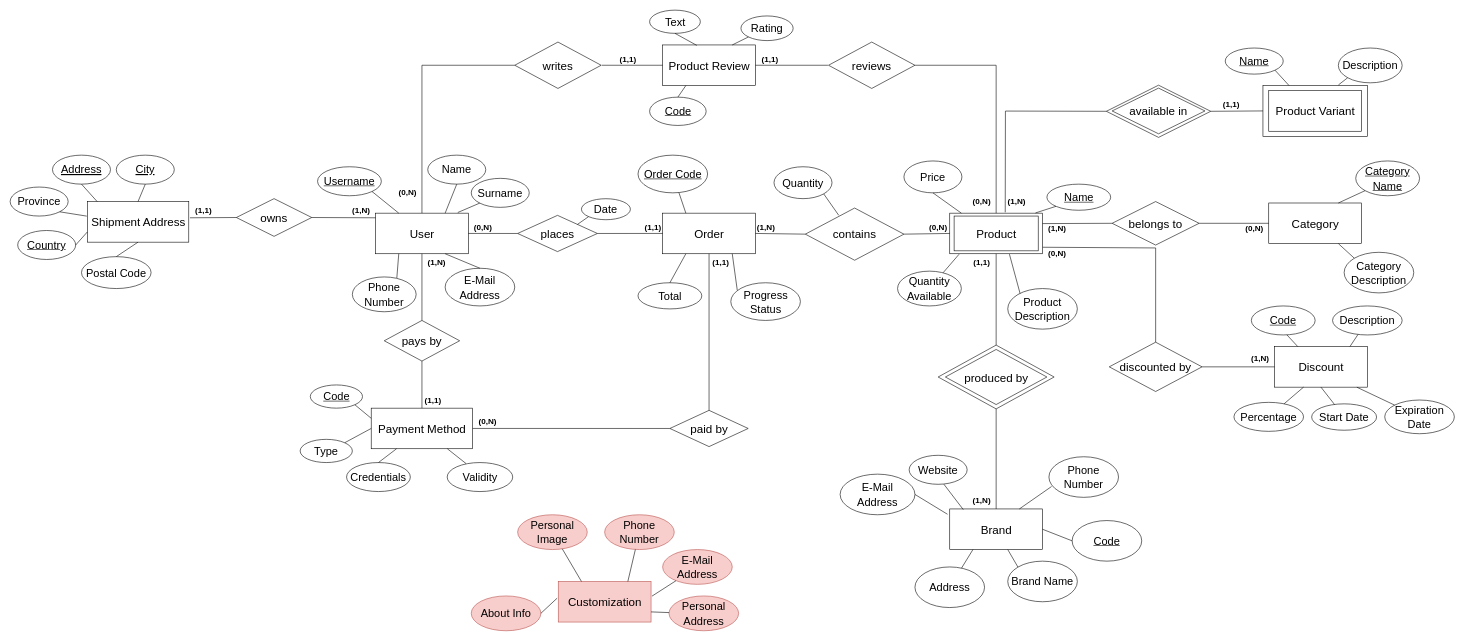
Above: documentation/ER.drawio in Tecnologie-Del-Web/Project (draw.io), before the change. Source tidied: cells renumbered, new cells numbered last; positions are measured from the earlier drawing's top-left corner, leaving out a move shared by most shapes. Both pictures are drawn from the tidied source at 58%, with x=0, y=0 at pixel (10, 10).
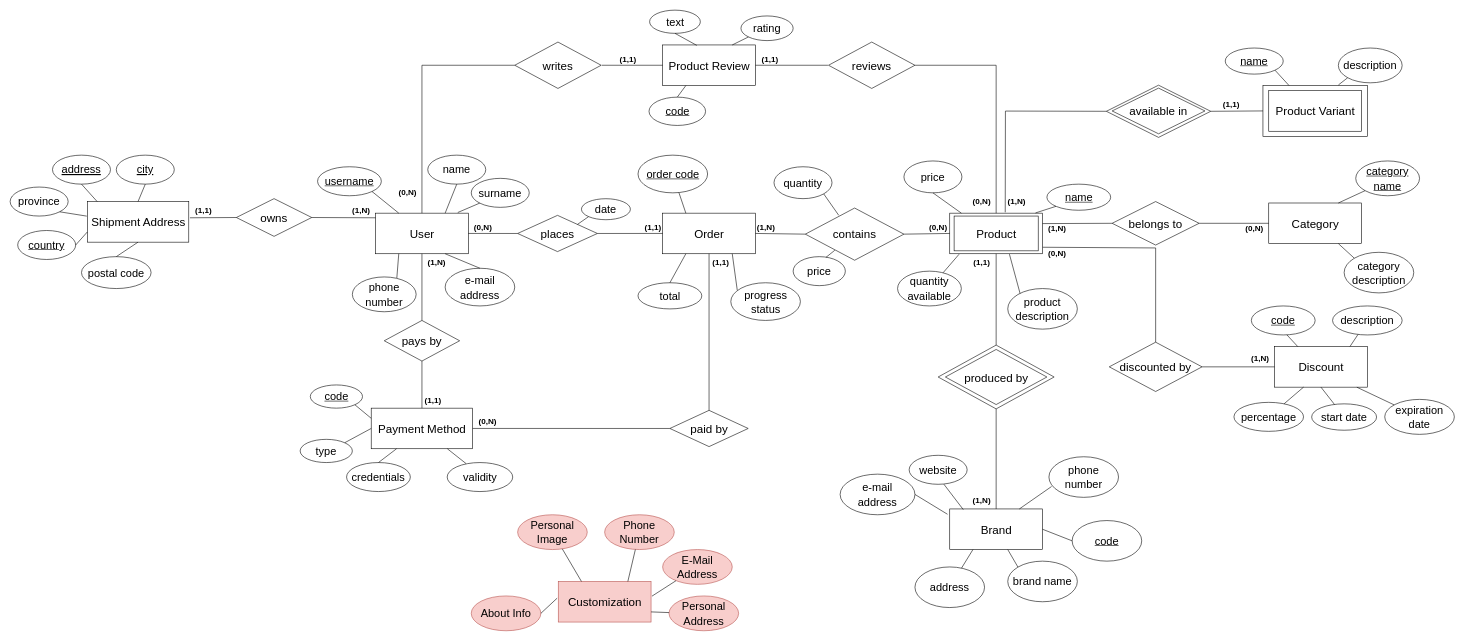
The same diagram, later.

Commit message (it also covers changes not shown here):
Piccole correzioni al modello ER (ancora da rimuovere Customization), inizio a lavorare al Relazionale

Unchanged cells that the change refers to:
```xml
<mxCell id="74" value="&lt;font style=&quot;font-size: 20px;&quot;&gt;contains&lt;/font&gt;" style="shape=rhombus;perimeter=rhombusPerimeter;whiteSpace=wrap;html=1;align=center;" parent="1" vertex="1">
  <mxGeometry x="1371" y="341.2" width="170" height="90" as="geometry" />
</mxCell>
```

Change to the diagram source:
```diff
@@
-    <mxCell id="10" value="&lt;font style=&quot;font-size: 19px;&quot;&gt;Name&lt;/font&gt;" style="ellipse;whiteSpace=wrap;html=1;fontSize=20;" parent="1" vertex="1">
+    <mxCell id="10" value="&lt;font style=&quot;font-size: 19px;&quot;&gt;name&lt;/font&gt;" style="ellipse;whiteSpace=wrap;html=1;fontSize=20;" parent="1" vertex="1">
       <mxGeometry x="720" y="250" width="100" height="50" as="geometry" />
     </mxCell>
-    <mxCell id="11" value="&lt;font style=&quot;font-size: 19px;&quot;&gt;Surname&lt;/font&gt;" style="ellipse;whiteSpace=wrap;html=1;fontSize=20;" parent="1" vertex="1">
+    <mxCell id="11" value="&lt;font style=&quot;font-size: 19px;&quot;&gt;surname&lt;/font&gt;" style="ellipse;whiteSpace=wrap;html=1;fontSize=20;" parent="1" vertex="1">
       <mxGeometry x="795" y="290" width="100" height="50" as="geometry" />
     </mxCell>
-    <mxCell id="12" value="&lt;font style=&quot;font-size: 19px;&quot;&gt;E-Mail Address&lt;/font&gt;" style="ellipse;whiteSpace=wrap;html=1;fontSize=20;" parent="1" vertex="1">
+    <mxCell id="12" value="&lt;font style=&quot;font-size: 19px;&quot;&gt;e-mail address&lt;/font&gt;" style="ellipse;whiteSpace=wrap;html=1;fontSize=20;" parent="1" vertex="1">
       <mxGeometry x="750" y="445" width="120" height="65" as="geometry" />
     </mxCell>
-    <mxCell id="13" value="&lt;font style=&quot;font-size: 19px;&quot;&gt;Phone Number&lt;/font&gt;" style="ellipse;whiteSpace=wrap;html=1;fontSize=20;" parent="1" vertex="1">
+    <mxCell id="13" value="&lt;font style=&quot;font-size: 19px;&quot;&gt;phone number&lt;/font&gt;" style="ellipse;whiteSpace=wrap;html=1;fontSize=20;" parent="1" vertex="1">
       <mxGeometry x="590" y="460" width="110" height="60" as="geometry" />
     </mxCell>
@@
-    <mxCell id="18" value="&lt;font style=&quot;font-size: 19px;&quot;&gt;Text&lt;/font&gt;" style="ellipse;whiteSpace=wrap;html=1;fontSize=20;" parent="1" vertex="1">
+    <mxCell id="18" value="&lt;font style=&quot;font-size: 19px;&quot;&gt;text&lt;/font&gt;" style="ellipse;whiteSpace=wrap;html=1;fontSize=20;" parent="1" vertex="1">
       <mxGeometry x="1102.5" width="87.5" height="40" as="geometry" />
     </mxCell>
@@
-    <mxCell id="20" value="&lt;font style=&quot;font-size: 19px;&quot;&gt;Rating&lt;/font&gt;" style="ellipse;whiteSpace=wrap;html=1;fontSize=20;" parent="1" vertex="1">
+    <mxCell id="20" value="&lt;font style=&quot;font-size: 19px;&quot;&gt;rating&lt;/font&gt;" style="ellipse;whiteSpace=wrap;html=1;fontSize=20;" parent="1" vertex="1">
       <mxGeometry x="1260" y="10" width="90" height="42.5" as="geometry" />
     </mxCell>
@@
-    <mxCell id="22" value="&lt;font style=&quot;font-size: 19px;&quot;&gt;&lt;u&gt;Name&lt;/u&gt;&lt;/font&gt;" style="ellipse;whiteSpace=wrap;html=1;fontSize=20;" parent="1" vertex="1">
+    <mxCell id="22" value="&lt;font style=&quot;font-size: 19px;&quot;&gt;&lt;u&gt;name&lt;/u&gt;&lt;/font&gt;" style="ellipse;whiteSpace=wrap;html=1;fontSize=20;" parent="1" vertex="1">
       <mxGeometry x="1787.5" y="300" width="110" height="45" as="geometry" />
     </mxCell>
@@
-    <mxCell id="24" value="&lt;font style=&quot;font-size: 19px;&quot;&gt;Price&lt;/font&gt;" style="ellipse;whiteSpace=wrap;html=1;fontSize=20;" parent="1" vertex="1">
+    <mxCell id="24" value="&lt;font style=&quot;font-size: 19px;&quot;&gt;price&lt;/font&gt;" style="ellipse;whiteSpace=wrap;html=1;fontSize=20;" parent="1" vertex="1">
       <mxGeometry x="1541" y="260" width="100" height="55" as="geometry" />
     </mxCell>
@@
-    <mxCell id="26" value="&lt;font style=&quot;font-size: 19px;&quot;&gt;Product&lt;br&gt;Description&lt;/font&gt;" style="ellipse;whiteSpace=wrap;html=1;fontSize=20;" parent="1" vertex="1">
+    <mxCell id="26" value="&lt;font style=&quot;font-size: 19px;&quot;&gt;product&lt;br&gt;description&lt;/font&gt;" style="ellipse;whiteSpace=wrap;html=1;fontSize=20;" parent="1" vertex="1">
       <mxGeometry x="1720" y="480" width="120" height="70" as="geometry" />
     </mxCell>
-    <mxCell id="27" value="&lt;font style=&quot;font-size: 19px;&quot;&gt;Quantity Available&lt;/font&gt;" style="ellipse;whiteSpace=wrap;html=1;fontSize=20;" parent="1" vertex="1">
+    <mxCell id="27" value="&lt;font style=&quot;font-size: 19px;&quot;&gt;quantity available&lt;/font&gt;" style="ellipse;whiteSpace=wrap;html=1;fontSize=20;" parent="1" vertex="1">
       <mxGeometry x="1530" y="450" width="110" height="60" as="geometry" />
     </mxCell>
@@
-    <mxCell id="29" value="&lt;font style=&quot;font-size: 19px;&quot;&gt;&lt;u&gt;Category Name&lt;/u&gt;&lt;/font&gt;" style="ellipse;whiteSpace=wrap;html=1;fontSize=20;" parent="1" vertex="1">
+    <mxCell id="29" value="&lt;font style=&quot;font-size: 19px;&quot;&gt;&lt;u&gt;category name&lt;/u&gt;&lt;/font&gt;" style="ellipse;whiteSpace=wrap;html=1;fontSize=20;" parent="1" vertex="1">
       <mxGeometry x="2320" y="260" width="110" height="60" as="geometry" />
     </mxCell>
@@
-    <mxCell id="31" value="&lt;span style=&quot;font-size: 19px;&quot;&gt;Brand Name&lt;/span&gt;" style="ellipse;whiteSpace=wrap;html=1;fontSize=20;" parent="1" vertex="1">
+    <mxCell id="31" value="&lt;span style=&quot;font-size: 19px;&quot;&gt;brand name&lt;/span&gt;" style="ellipse;whiteSpace=wrap;html=1;fontSize=20;" parent="1" vertex="1">
       <mxGeometry x="1720" y="950" width="120" height="70" as="geometry" />
     </mxCell>
@@
-    <mxCell id="33" value="&lt;span style=&quot;font-size: 19px;&quot;&gt;&lt;u&gt;Code&lt;/u&gt;&lt;/span&gt;" style="ellipse;whiteSpace=wrap;html=1;fontSize=20;" parent="1" vertex="1">
+    <mxCell id="33" value="&lt;span style=&quot;font-size: 19px;&quot;&gt;&lt;u&gt;code&lt;/u&gt;&lt;/span&gt;" style="ellipse;whiteSpace=wrap;html=1;fontSize=20;" parent="1" vertex="1">
       <mxGeometry x="1831" y="880" width="120" height="70" as="geometry" />
     </mxCell>
@@
-    <mxCell id="35" value="&lt;span style=&quot;font-size: 19px;&quot;&gt;Address&lt;/span&gt;" style="ellipse;whiteSpace=wrap;html=1;fontSize=20;" parent="1" vertex="1">
+    <mxCell id="35" value="&lt;span style=&quot;font-size: 19px;&quot;&gt;address&lt;/span&gt;" style="ellipse;whiteSpace=wrap;html=1;fontSize=20;" parent="1" vertex="1">
       <mxGeometry x="1560" y="960" width="120" height="70" as="geometry" />
     </mxCell>
@@
-    <mxCell id="37" value="&lt;span style=&quot;font-size: 19px;&quot;&gt;Phone Number&lt;/span&gt;" style="ellipse;whiteSpace=wrap;html=1;fontSize=20;" parent="1" vertex="1">
+    <mxCell id="37" value="&lt;span style=&quot;font-size: 19px;&quot;&gt;phone number&lt;/span&gt;" style="ellipse;whiteSpace=wrap;html=1;fontSize=20;" parent="1" vertex="1">
       <mxGeometry x="1791" y="770" width="120" height="70" as="geometry" />
     </mxCell>
@@
-    <mxCell id="39" value="&lt;span style=&quot;font-size: 19px;&quot;&gt;E-Mail&lt;br&gt;Address&lt;br&gt;&lt;/span&gt;" style="ellipse;whiteSpace=wrap;html=1;fontSize=20;" parent="1" vertex="1">
+    <mxCell id="39" value="&lt;span style=&quot;font-size: 19px;&quot;&gt;e-mail&lt;br&gt;address&lt;br&gt;&lt;/span&gt;" style="ellipse;whiteSpace=wrap;html=1;fontSize=20;" parent="1" vertex="1">
       <mxGeometry x="1431" y="800" width="129" height="70" as="geometry" />
     </mxCell>
@@
-    <mxCell id="41" value="&lt;span style=&quot;font-size: 19px;&quot;&gt;Website&lt;/span&gt;" style="ellipse;whiteSpace=wrap;html=1;fontSize=20;" parent="1" vertex="1">
+    <mxCell id="41" value="&lt;span style=&quot;font-size: 19px;&quot;&gt;website&lt;/span&gt;" style="ellipse;whiteSpace=wrap;html=1;fontSize=20;" parent="1" vertex="1">
       <mxGeometry x="1550" y="767.5" width="100" height="50" as="geometry" />
     </mxCell>
@@
-    <mxCell id="43" value="&lt;font style=&quot;font-size: 19px;&quot;&gt;Address&lt;/font&gt;" style="ellipse;whiteSpace=wrap;html=1;fontSize=20;fontStyle=4;" parent="1" vertex="1">
+    <mxCell id="43" value="&lt;font style=&quot;font-size: 19px;&quot;&gt;address&lt;/font&gt;" style="ellipse;whiteSpace=wrap;html=1;fontSize=20;fontStyle=4;" parent="1" vertex="1">
       <mxGeometry x="73" y="250" width="100" height="50" as="geometry" />
     </mxCell>
@@
-    <mxCell id="45" value="&lt;font style=&quot;font-size: 19px;&quot;&gt;City&lt;/font&gt;" style="ellipse;whiteSpace=wrap;html=1;fontSize=20;fontStyle=4;" parent="1" vertex="1">
+    <mxCell id="45" value="&lt;font style=&quot;font-size: 19px;&quot;&gt;city&lt;/font&gt;" style="ellipse;whiteSpace=wrap;html=1;fontSize=20;fontStyle=4;" parent="1" vertex="1">
       <mxGeometry x="183" y="250" width="100" height="50" as="geometry" />
     </mxCell>
@@
-    <mxCell id="47" value="&lt;font style=&quot;font-size: 19px;&quot;&gt;Province&lt;/font&gt;" style="ellipse;whiteSpace=wrap;html=1;fontSize=20;" parent="1" vertex="1">
+    <mxCell id="47" value="&lt;font style=&quot;font-size: 19px;&quot;&gt;province&lt;/font&gt;" style="ellipse;whiteSpace=wrap;html=1;fontSize=20;" parent="1" vertex="1">
       <mxGeometry y="305" width="100" height="50" as="geometry" />
     </mxCell>
@@
-    <mxCell id="49" value="&lt;font style=&quot;font-size: 19px;&quot;&gt;&lt;u&gt;Country&lt;/u&gt;&lt;/font&gt;" style="ellipse;whiteSpace=wrap;html=1;fontSize=20;" parent="1" vertex="1">
+    <mxCell id="49" value="&lt;font style=&quot;font-size: 19px;&quot;&gt;&lt;u&gt;country&lt;/u&gt;&lt;/font&gt;" style="ellipse;whiteSpace=wrap;html=1;fontSize=20;" parent="1" vertex="1">
       <mxGeometry x="13" y="379.9" width="100" height="50" as="geometry" />
     </mxCell>
@@
-    <mxCell id="51" value="&lt;font style=&quot;font-size: 19px;&quot;&gt;Postal Code&lt;/font&gt;" style="ellipse;whiteSpace=wrap;html=1;fontSize=20;" parent="1" vertex="1">
+    <mxCell id="51" value="&lt;font style=&quot;font-size: 19px;&quot;&gt;postal code&lt;/font&gt;" style="ellipse;whiteSpace=wrap;html=1;fontSize=20;" parent="1" vertex="1">
       <mxGeometry x="123" y="425" width="120" height="55" as="geometry" />
     </mxCell>
@@
-    <mxCell id="53" value="&lt;font style=&quot;font-size: 19px;&quot;&gt;&lt;u&gt;Order Code&lt;/u&gt;&lt;/font&gt;" style="ellipse;whiteSpace=wrap;html=1;fontSize=20;" parent="1" vertex="1">
+    <mxCell id="53" value="&lt;font style=&quot;font-size: 19px;&quot;&gt;&lt;u&gt;order code&lt;/u&gt;&lt;/font&gt;" style="ellipse;whiteSpace=wrap;html=1;fontSize=20;" parent="1" vertex="1">
       <mxGeometry x="1082.5" y="250" width="120" height="65" as="geometry" />
     </mxCell>
@@
-    <mxCell id="55" value="&lt;font style=&quot;font-size: 19px;&quot;&gt;Progress Status&lt;/font&gt;" style="ellipse;whiteSpace=wrap;html=1;fontSize=20;" parent="1" vertex="1">
+    <mxCell id="55" value="&lt;font style=&quot;font-size: 19px;&quot;&gt;progress status&lt;/font&gt;" style="ellipse;whiteSpace=wrap;html=1;fontSize=20;" parent="1" vertex="1">
       <mxGeometry x="1242.5" y="470" width="120" height="65" as="geometry" />
     </mxCell>
@@
-    <mxCell id="67" value="&lt;font style=&quot;font-size: 19px;&quot;&gt;Category&lt;br&gt;Description&lt;/font&gt;" style="ellipse;whiteSpace=wrap;html=1;fontSize=20;" parent="1" vertex="1">
+    <mxCell id="67" value="&lt;font style=&quot;font-size: 19px;&quot;&gt;category&lt;br&gt;description&lt;/font&gt;" style="ellipse;whiteSpace=wrap;html=1;fontSize=20;" parent="1" vertex="1">
       <mxGeometry x="2300" y="417.5" width="120" height="70" as="geometry" />
     </mxCell>
@@
-    <mxCell id="69" value="&lt;font style=&quot;font-size: 19px;&quot;&gt;&lt;u&gt;Username&lt;/u&gt;&lt;/font&gt;" style="ellipse;whiteSpace=wrap;html=1;fontSize=20;" parent="1" vertex="1">
+    <mxCell id="69" value="&lt;font style=&quot;font-size: 19px;&quot;&gt;&lt;u&gt;username&lt;/u&gt;&lt;/font&gt;" style="ellipse;whiteSpace=wrap;html=1;fontSize=20;" parent="1" vertex="1">
       <mxGeometry x="530" y="270" width="110" height="50" as="geometry" />
     </mxCell>
@@
-    <mxCell id="86" value="&lt;font style=&quot;font-size: 19px;&quot;&gt;Quantity&lt;/font&gt;" style="ellipse;whiteSpace=wrap;html=1;fontSize=20;" parent="1" vertex="1">
+    <mxCell id="86" value="&lt;font style=&quot;font-size: 19px;&quot;&gt;quantity&lt;/font&gt;" style="ellipse;whiteSpace=wrap;html=1;fontSize=20;" parent="1" vertex="1">
       <mxGeometry x="1317" y="270" width="100" height="55" as="geometry" />
     </mxCell>
@@
-    <mxCell id="98" value="&lt;font style=&quot;font-size: 19px;&quot;&gt;Type&lt;/font&gt;" style="ellipse;whiteSpace=wrap;html=1;fontSize=20;" parent="1" vertex="1">
+    <mxCell id="98" value="&lt;font style=&quot;font-size: 19px;&quot;&gt;type&lt;/font&gt;" style="ellipse;whiteSpace=wrap;html=1;fontSize=20;" parent="1" vertex="1">
       <mxGeometry x="500" y="740" width="90" height="40" as="geometry" />
     </mxCell>
@@
-    <mxCell id="100" value="&lt;font style=&quot;font-size: 19px;&quot;&gt;Credentials&lt;/font&gt;" style="ellipse;whiteSpace=wrap;html=1;fontSize=20;" parent="1" vertex="1">
+    <mxCell id="100" value="&lt;font style=&quot;font-size: 19px;&quot;&gt;credentials&lt;/font&gt;" style="ellipse;whiteSpace=wrap;html=1;fontSize=20;" parent="1" vertex="1">
       <mxGeometry x="580" y="780" width="110" height="50" as="geometry" />
     </mxCell>
@@
-    <mxCell id="102" value="&lt;font style=&quot;font-size: 19px;&quot;&gt;Validity&lt;/font&gt;" style="ellipse;whiteSpace=wrap;html=1;fontSize=20;" parent="1" vertex="1">
+    <mxCell id="102" value="&lt;font style=&quot;font-size: 19px;&quot;&gt;validity&lt;/font&gt;" style="ellipse;whiteSpace=wrap;html=1;fontSize=20;" parent="1" vertex="1">
       <mxGeometry x="753.5" y="780" width="113" height="50" as="geometry" />
     </mxCell>
@@
-    <mxCell id="109" value="&lt;font style=&quot;font-size: 19px;&quot;&gt;&lt;u&gt;Code&lt;/u&gt;&lt;/font&gt;" style="ellipse;whiteSpace=wrap;html=1;fontSize=20;" parent="1" vertex="1">
+    <mxCell id="109" value="&lt;font style=&quot;font-size: 19px;&quot;&gt;&lt;u&gt;code&lt;/u&gt;&lt;/font&gt;" style="ellipse;whiteSpace=wrap;html=1;fontSize=20;" parent="1" vertex="1">
       <mxGeometry x="2140" y="510" width="110" height="50" as="geometry" />
     </mxCell>
@@
-    <mxCell id="111" value="&lt;font style=&quot;font-size: 19px;&quot;&gt;Description&lt;/font&gt;" style="ellipse;whiteSpace=wrap;html=1;fontSize=20;" parent="1" vertex="1">
+    <mxCell id="111" value="&lt;font style=&quot;font-size: 19px;&quot;&gt;description&lt;/font&gt;" style="ellipse;whiteSpace=wrap;html=1;fontSize=20;" parent="1" vertex="1">
       <mxGeometry x="2280" y="510" width="120" height="50" as="geometry" />
     </mxCell>
@@
-    <mxCell id="117" value="&lt;font style=&quot;font-size: 19px;&quot;&gt;Percentage&lt;/font&gt;" style="ellipse;whiteSpace=wrap;html=1;fontSize=20;" parent="1" vertex="1">
+    <mxCell id="117" value="&lt;font style=&quot;font-size: 19px;&quot;&gt;percentage&lt;/font&gt;" style="ellipse;whiteSpace=wrap;html=1;fontSize=20;" parent="1" vertex="1">
       <mxGeometry x="2110" y="676.2" width="120" height="50" as="geometry" />
     </mxCell>
@@
-    <mxCell id="119" value="&lt;font style=&quot;font-size: 19px;&quot;&gt;Expiration Date&lt;/font&gt;" style="ellipse;whiteSpace=wrap;html=1;fontSize=20;" parent="1" vertex="1">
-      <mxGeometry x="2370" y="672.2" width="120" height="58.1" as="geometry" />
+    <mxCell id="119" value="&lt;font style=&quot;font-size: 19px;&quot;&gt;expiration date&lt;/font&gt;" style="ellipse;whiteSpace=wrap;html=1;fontSize=20;" parent="1" vertex="1">
+      <mxGeometry x="2370" y="671.1" width="120" height="60.3" as="geometry" />
     </mxCell>
@@
-    <mxCell id="121" value="&lt;font style=&quot;font-size: 19px;&quot;&gt;Start Date&lt;/font&gt;" style="ellipse;whiteSpace=wrap;html=1;fontSize=20;" parent="1" vertex="1">
+    <mxCell id="121" value="&lt;font style=&quot;font-size: 19px;&quot;&gt;start date&lt;/font&gt;" style="ellipse;whiteSpace=wrap;html=1;fontSize=20;" parent="1" vertex="1">
       <mxGeometry x="2244" y="678.8" width="111.9" height="45.5" as="geometry" />
     </mxCell>
@@
-    <mxCell id="126" value="&lt;font style=&quot;font-size: 19px;&quot;&gt;Date&lt;/font&gt;" style="ellipse;whiteSpace=wrap;html=1;fontSize=20;" parent="1" vertex="1">
+    <mxCell id="126" value="&lt;font style=&quot;font-size: 19px;&quot;&gt;date&lt;/font&gt;" style="ellipse;whiteSpace=wrap;html=1;fontSize=20;" parent="1" vertex="1">
       <mxGeometry x="985" y="325.1" width="84.4" height="36.2" as="geometry" />
     </mxCell>
@@
-    <mxCell id="135" value="&lt;font style=&quot;font-size: 19px;&quot;&gt;Total&lt;/font&gt;" style="ellipse;whiteSpace=wrap;html=1;fontSize=20;" parent="1" vertex="1">
+    <mxCell id="135" value="&lt;font style=&quot;font-size: 19px;&quot;&gt;total&lt;/font&gt;" style="ellipse;whiteSpace=wrap;html=1;fontSize=20;" parent="1" vertex="1">
       <mxGeometry x="1082.5" y="470" width="110" height="45.1" as="geometry" />
     </mxCell>
@@
-    <mxCell id="152" value="&lt;font style=&quot;font-size: 19px;&quot;&gt;&lt;u&gt;Code&lt;/u&gt;&lt;/font&gt;" style="ellipse;whiteSpace=wrap;html=1;fontSize=20;" parent="1" vertex="1">
+    <mxCell id="152" value="&lt;font style=&quot;font-size: 19px;&quot;&gt;&lt;u&gt;code&lt;/u&gt;&lt;/font&gt;" style="ellipse;whiteSpace=wrap;html=1;fontSize=20;" parent="1" vertex="1">
       <mxGeometry x="517.5" y="646.2" width="90" height="40" as="geometry" />
     </mxCell>
@@
-    <mxCell id="154" value="&lt;font style=&quot;font-size: 19px;&quot;&gt;Description&lt;/font&gt;" style="ellipse;whiteSpace=wrap;html=1;fontSize=20;" parent="1" vertex="1">
+    <mxCell id="154" value="&lt;font style=&quot;font-size: 19px;&quot;&gt;description&lt;/font&gt;" style="ellipse;whiteSpace=wrap;html=1;fontSize=20;" parent="1" vertex="1">
       <mxGeometry x="2290" y="65.3" width="110" height="60" as="geometry" />
     </mxCell>
@@
-    <mxCell id="156" value="&lt;font style=&quot;font-size: 19px;&quot;&gt;&lt;u&gt;Code&lt;/u&gt;&lt;/font&gt;" style="ellipse;whiteSpace=wrap;html=1;fontSize=20;" parent="1" vertex="1">
-      <mxGeometry x="1102.5" y="150" width="97.5" height="48.8" as="geometry" />
+    <mxCell id="156" value="&lt;font style=&quot;font-size: 19px;&quot;&gt;&lt;u&gt;code&lt;/u&gt;&lt;/font&gt;" style="ellipse;whiteSpace=wrap;html=1;fontSize=20;" parent="1" vertex="1">
+      <mxGeometry x="1101.5" y="150" width="97.5" height="48.8" as="geometry" />
     </mxCell>
@@
-    <mxCell id="158" value="&lt;font style=&quot;font-size: 19px;&quot;&gt;&lt;u&gt;Name&lt;/u&gt;&lt;/font&gt;" style="ellipse;whiteSpace=wrap;html=1;fontSize=20;" parent="1" vertex="1">
+    <mxCell id="158" value="&lt;font style=&quot;font-size: 19px;&quot;&gt;&lt;u&gt;name&lt;/u&gt;&lt;/font&gt;" style="ellipse;whiteSpace=wrap;html=1;fontSize=20;" parent="1" vertex="1">
       <mxGeometry x="2095" y="65.3" width="100" height="45" as="geometry" />
     </mxCell>
@@
+    <mxCell id="164" value="&lt;span style=&quot;font-size: 19px;&quot;&gt;price&lt;/span&gt;" style="ellipse;whiteSpace=wrap;html=1;fontSize=20;" parent="1" vertex="1">
+      <mxGeometry x="1350" y="425" width="90" height="50" as="geometry" />
+    </mxCell>
+    <mxCell id="165" style="endArrow=none;html=1;rounded=0;fontSize=20;entryX=0.629;entryY=0.024;entryDx=0;entryDy=0;exitX=0.299;exitY=0.809;exitDx=0;exitDy=0;exitPerimeter=0;entryPerimeter=0;" parent="1" edge="1" source="74" target="164">
+      <mxGeometry relative="1" as="geometry" />
+    </mxCell>
```
